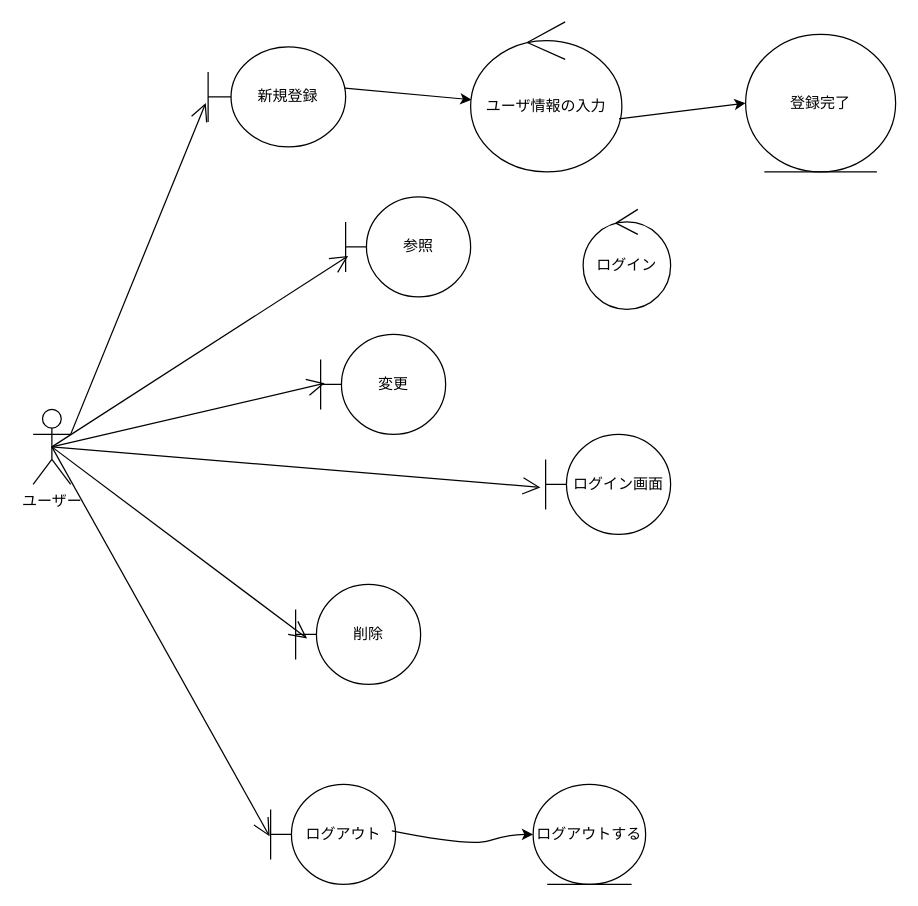
The draw.io diagram group/07_web_visitor/ロバストネス図/robustness.drawio in ko246/ohara_uml, before the edit. Source tidied: cells renumbered, new cells numbered last; positions are measured from the earlier drawing's top-left corner, leaving out a move shared by most shapes. Both pictures are drawn from the tidied source at 125%, with x=0, y=0 at pixel (32, 21).
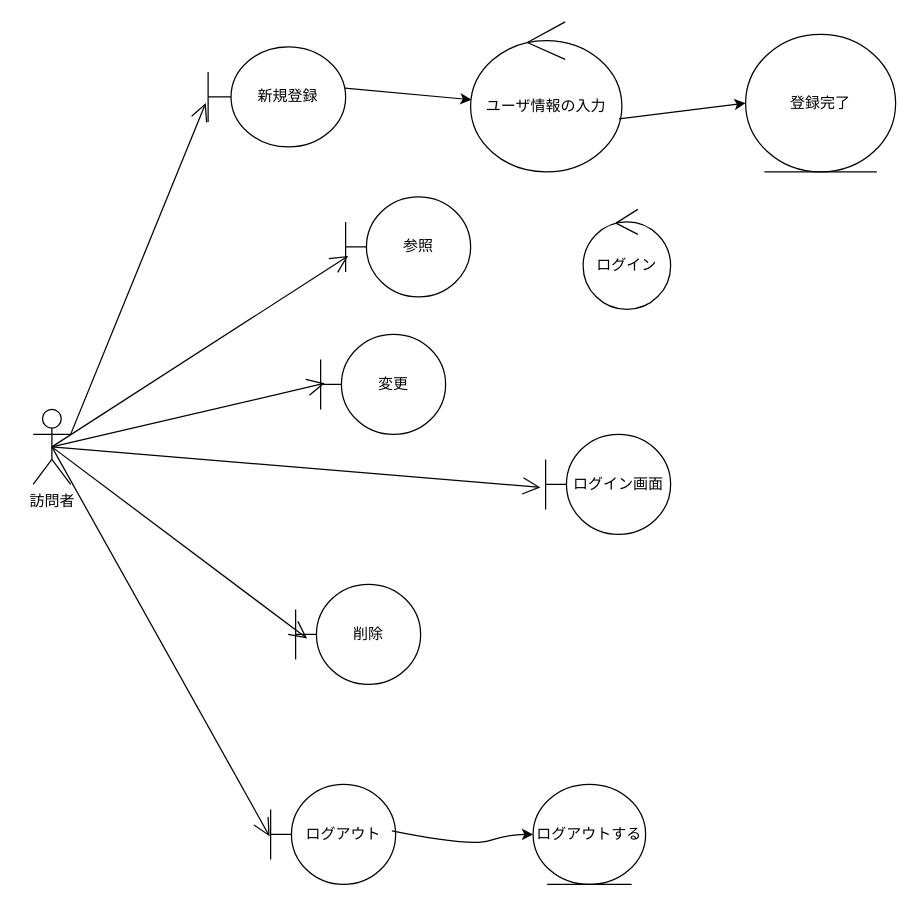
After the change.

The edit, as a diff of the source:
```diff
@@
-    <mxCell id="2" value="ユーザー" style="shape=umlActor;verticalLabelPosition=bottom;verticalAlign=top;html=1;outlineConnect=0;" parent="1" vertex="1">
+    <mxCell id="2" value="訪問者" style="shape=umlActor;verticalLabelPosition=bottom;verticalAlign=top;html=1;outlineConnect=0;" parent="1" vertex="1">
       <mxGeometry y="310" width="30" height="60" as="geometry" />
     </mxCell>
```
